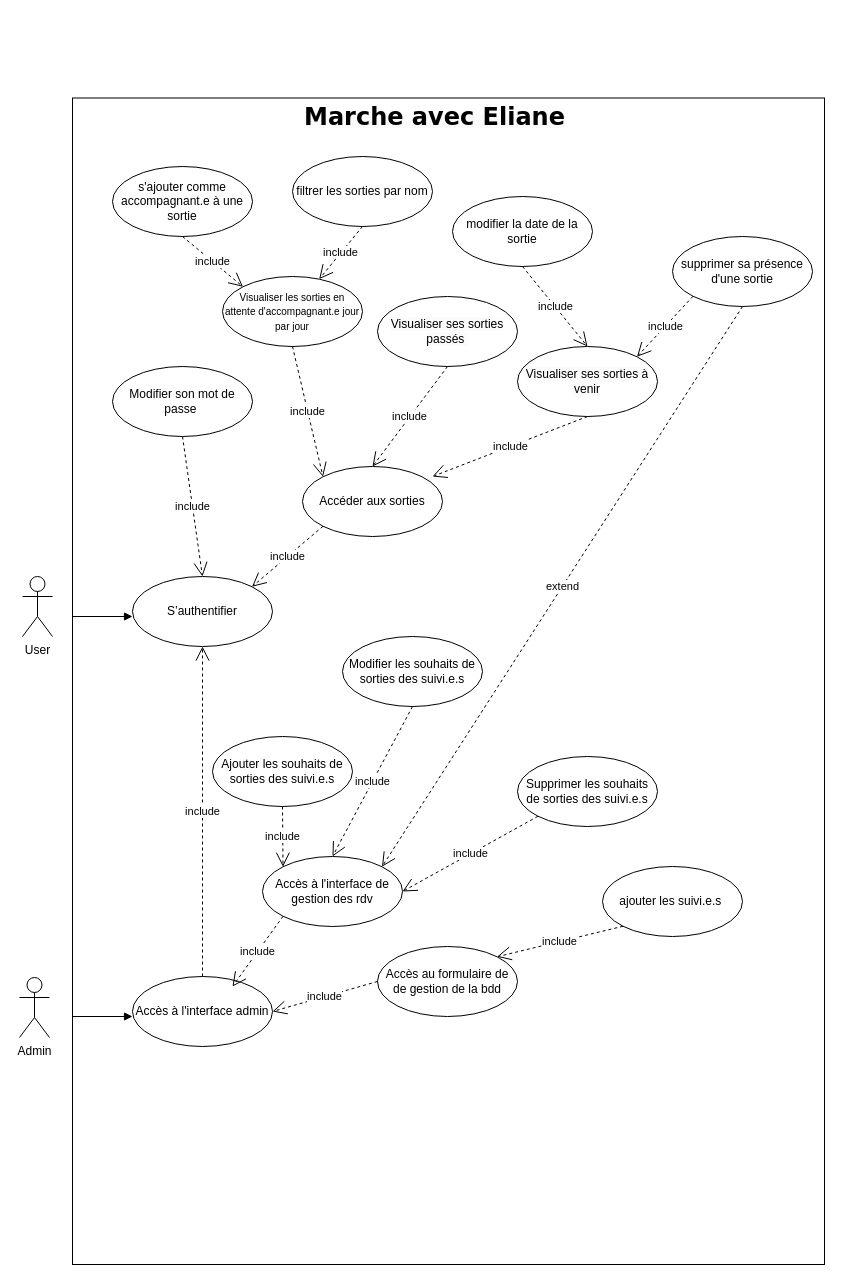
This is page "UserCaseDiagram_MaE" (4 of 4) of MCD_MaE.drawio from AnneGicquel/MCD_Marche_avec_Eliane, a draw.io file, before an edit. Source tidied: cells renumbered, new cells numbered last; positions are measured from the earlier drawing's top-left corner, leaving out a move shared by most shapes. Both pictures are drawn from the tidied source at 100%, with x=0, y=0 at pixel (19, 96).
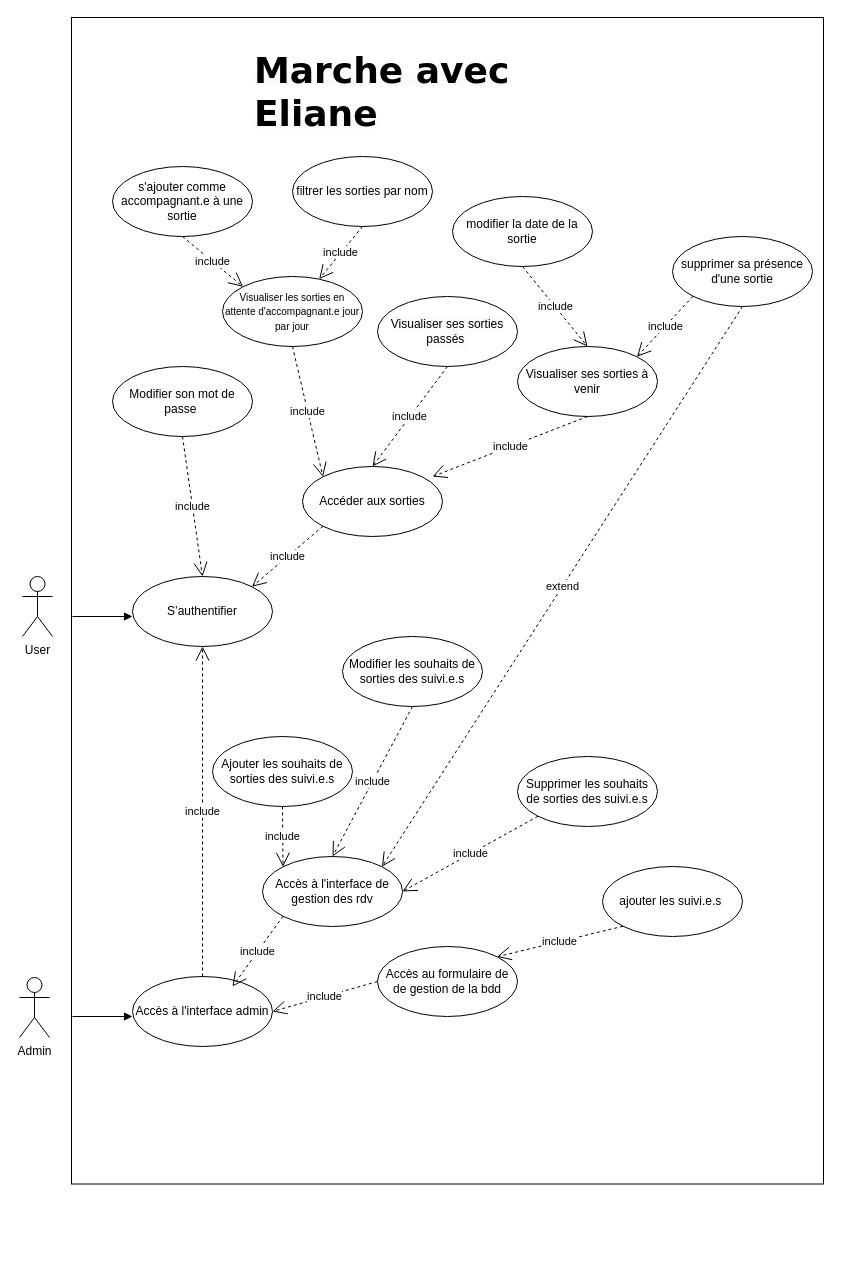
Above is the later version.

Change to the diagram source:
```diff
@@
     <mxCell id="2" style="rounded=0;whiteSpace=wrap;html=1;" parent="1" vertex="1">
-      <mxGeometry x="53" y="1.5" width="752" height="1166.5" as="geometry" />
+      <mxGeometry x="52" y="-79" width="752" height="1166.5" as="geometry" />
     </mxCell>
@@
-    <mxCell id="41" value="&lt;span style=&quot;color: rgb(0, 0, 0); font-style: normal; font-variant-ligatures: normal; font-variant-caps: normal; letter-spacing: normal; orphans: 2; text-align: center; text-indent: 0px; text-transform: none; widows: 2; word-spacing: 0px; -webkit-text-stroke-width: 0px; white-space: normal; background-color: rgb(251, 251, 251); text-decoration-thickness: initial; text-decoration-style: initial; text-decoration-color: initial; float: none; display: inline !important;&quot;&gt;&lt;font face=&quot;Verdana&quot; style=&quot;font-size: 24px;&quot;&gt;&lt;b&gt;Marche avec Eliane&lt;/b&gt;&lt;/font&gt;&lt;/span&gt;" style="text;whiteSpace=wrap;html=1;" parent="1" vertex="1">
-      <mxGeometry x="283" width="290" height="40" as="geometry" />
+    <mxCell id="41" value="&lt;span style=&quot;color: rgb(0, 0, 0); font-style: normal; font-variant-ligatures: normal; font-variant-caps: normal; letter-spacing: normal; orphans: 2; text-align: center; text-indent: 0px; text-transform: none; widows: 2; word-spacing: 0px; -webkit-text-stroke-width: 0px; white-space: normal; background-color: rgb(251, 251, 251); text-decoration-thickness: initial; text-decoration-style: initial; text-decoration-color: initial; float: none; display: inline !important;&quot;&gt;&lt;font face=&quot;Verdana&quot; style=&quot;font-size: 36px;&quot;&gt;&lt;b style=&quot;&quot;&gt;Marche avec Eliane&lt;/b&gt;&lt;/font&gt;&lt;/span&gt;" style="text;whiteSpace=wrap;html=1;" parent="1" vertex="1">
+      <mxGeometry x="233" y="-54" width="390" height="40" as="geometry" />
     </mxCell>
```
